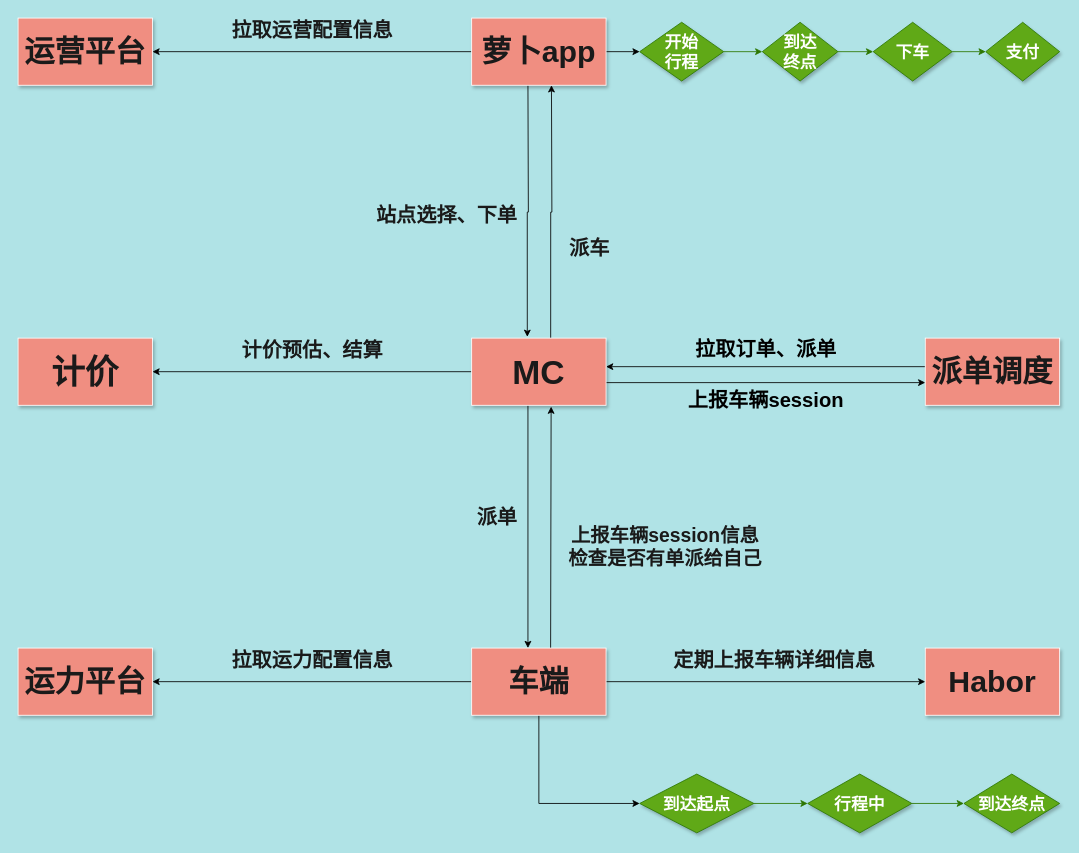
Above: page "Page-2" (2 of 2) of Apollo.drawio in Christings/wechat (draw.io), before the change. Source tidied: cells renumbered, new cells numbered last; positions are measured from the earlier drawing's top-left corner, leaving out a move shared by most shapes. Both pictures are drawn from the tidied source at 84%, with x=0, y=0 at pixel (18, 18).
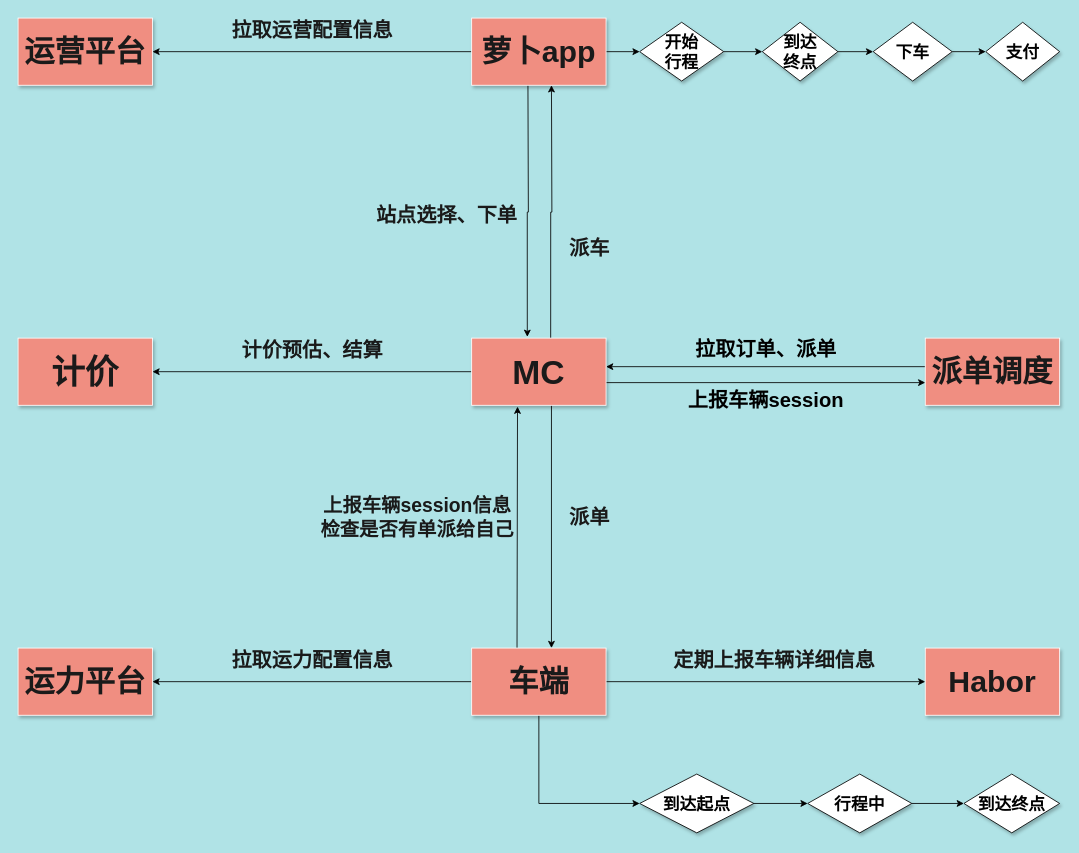
The same diagram, later.

The edit, as a diff of the source:
```diff
@@
-    <mxCell id="2" style="edgeStyle=orthogonalEdgeStyle;rounded=0;jettySize=auto;html=1;exitX=1;exitY=0.5;exitDx=0;exitDy=0;entryX=0;entryY=0.5;entryDx=0;entryDy=0;fontFamily=Helvetica;fontSize=20;fillColor=#60a917;strokeColor=#2D7600;" parent="1" edge="1" source="3" target="40">
+    <mxCell id="2" style="edgeStyle=orthogonalEdgeStyle;rounded=0;jettySize=auto;html=1;exitX=1;exitY=0.5;exitDx=0;exitDy=0;entryX=0;entryY=0.5;entryDx=0;entryDy=0;fontFamily=Helvetica;fontSize=20;" parent="1" edge="1" source="3" target="40">
       <mxGeometry relative="1" as="geometry" />
     </mxCell>
-    <mxCell id="3" value="&lt;font style=&quot;font-size: 20px;&quot;&gt;开始&lt;br style=&quot;font-size: 20px;&quot;&gt;行程&lt;/font&gt;" style="rhombus;whiteSpace=wrap;html=1;rounded=0;shadow=1;labelBackgroundColor=none;strokeWidth=1;fontFamily=Helvetica;fontSize=20;align=center;fontStyle=1;fillColor=#60a917;strokeColor=#2D7600;fontColor=#ffffff;" parent="1" vertex="1">
+    <mxCell id="3" value="&lt;font style=&quot;font-size: 20px;&quot;&gt;开始&lt;br style=&quot;font-size: 20px;&quot;&gt;行程&lt;/font&gt;" style="rhombus;whiteSpace=wrap;html=1;rounded=0;shadow=1;labelBackgroundColor=none;strokeWidth=1;fontFamily=Helvetica;fontSize=20;align=center;fontStyle=1;" parent="1" vertex="1">
       <mxGeometry x="740" y="5" width="100" height="70" as="geometry" />
     </mxCell>
-    <mxCell id="4" style="edgeStyle=orthogonalEdgeStyle;rounded=0;jettySize=auto;html=1;fontSize=20;fontStyle=1;labelBackgroundColor=#B0E3E6;strokeColor=#2D7600;fontColor=#1A1A1A;fontFamily=Helvetica;fillColor=#60a917;" parent="1" edge="1" source="5" target="10">
+    <mxCell id="4" style="edgeStyle=orthogonalEdgeStyle;rounded=0;jettySize=auto;html=1;fontSize=20;fontStyle=1;labelBackgroundColor=#B0E3E6;fontColor=#1A1A1A;fontFamily=Helvetica;" parent="1" edge="1" source="5" target="10">
       <mxGeometry relative="1" as="geometry" />
     </mxCell>
-    <mxCell id="5" value="到达起点" style="rhombus;whiteSpace=wrap;html=1;rounded=0;shadow=1;labelBackgroundColor=none;strokeWidth=1;fontFamily=Helvetica;fontSize=20;align=center;fontStyle=1;fillColor=#60a917;fontColor=#ffffff;strokeColor=#2D7600;" parent="1" vertex="1">
+    <mxCell id="5" value="到达起点" style="rhombus;whiteSpace=wrap;html=1;rounded=0;shadow=1;labelBackgroundColor=none;strokeWidth=1;fontFamily=Helvetica;fontSize=20;align=center;fontStyle=1;" parent="1" vertex="1">
       <mxGeometry x="740" y="900" width="136" height="70" as="geometry" />
     </mxCell>
@@
-    <mxCell id="9" style="edgeStyle=orthogonalEdgeStyle;rounded=0;jettySize=auto;html=1;fontSize=20;fontStyle=1;labelBackgroundColor=#B0E3E6;strokeColor=#2D7600;fontColor=#1A1A1A;fontFamily=Helvetica;fillColor=#60a917;" parent="1" edge="1" source="10" target="11">
+    <mxCell id="9" style="edgeStyle=orthogonalEdgeStyle;rounded=0;jettySize=auto;html=1;fontSize=20;fontStyle=1;labelBackgroundColor=#B0E3E6;fontColor=#1A1A1A;fontFamily=Helvetica;" parent="1" edge="1" source="10" target="11">
       <mxGeometry relative="1" as="geometry" />
     </mxCell>
-    <mxCell id="10" value="行程中" style="rhombus;whiteSpace=wrap;html=1;rounded=0;shadow=1;labelBackgroundColor=none;strokeWidth=1;fontFamily=Helvetica;fontSize=20;align=center;fontStyle=1;fillColor=#60a917;fontColor=#ffffff;strokeColor=#2D7600;" parent="1" vertex="1">
+    <mxCell id="10" value="行程中" style="rhombus;whiteSpace=wrap;html=1;rounded=0;shadow=1;labelBackgroundColor=none;strokeWidth=1;fontFamily=Helvetica;fontSize=20;align=center;fontStyle=1;" parent="1" vertex="1">
       <mxGeometry x="940" y="900" width="124" height="70" as="geometry" />
     </mxCell>
-    <mxCell id="11" value="到达终点" style="rhombus;whiteSpace=wrap;html=1;rounded=0;shadow=1;labelBackgroundColor=none;strokeWidth=1;fontFamily=Helvetica;fontSize=20;align=center;fontStyle=1;fillColor=#60a917;fontColor=#ffffff;strokeColor=#2D7600;" parent="1" vertex="1">
+    <mxCell id="11" value="到达终点" style="rhombus;whiteSpace=wrap;html=1;rounded=0;shadow=1;labelBackgroundColor=none;strokeWidth=1;fontFamily=Helvetica;fontSize=20;align=center;fontStyle=1;" parent="1" vertex="1">
       <mxGeometry x="1126" y="900" width="114" height="70" as="geometry" />
     </mxCell>
@@
     <mxCell id="14" value="派单" style="text;html=1;align=center;verticalAlign=middle;strokeColor=none;fillColor=none;fontSize=24;fontStyle=1;fontColor=#1A1A1A;fontFamily=Helvetica;" parent="1" vertex="1">
-      <mxGeometry x="540" y="580" width="60" height="30" as="geometry" />
+      <mxGeometry x="650" y="580" width="60" height="30" as="geometry" />
     </mxCell>
@@
     <mxCell id="17" style="edgeStyle=none;rounded=0;orthogonalLoop=1;jettySize=auto;html=1;exitX=0.75;exitY=0;exitDx=0;exitDy=0;entryX=0.604;entryY=1.02;entryDx=0;entryDy=0;fontFamily=Helvetica;fontSize=20;entryPerimeter=0;" parent="1" edge="1">
       <mxGeometry relative="1" as="geometry">
-        <mxPoint x="634" y="750" as="sourcePoint" />
-        <mxPoint x="634.6" y="462.6" as="targetPoint" />
+        <mxPoint x="594" y="750" as="sourcePoint" />
+        <mxPoint x="594.6" y="462.6" as="targetPoint" />
       </mxGeometry>
     </mxCell>
@@
     <mxCell id="23" style="edgeStyle=orthogonalEdgeStyle;rounded=0;orthogonalLoop=1;jettySize=auto;html=1;exitX=0.25;exitY=1;exitDx=0;exitDy=0;entryX=0.25;entryY=0;entryDx=0;entryDy=0;fontFamily=Helvetica;fontSize=20;" parent="1" edge="1">
       <mxGeometry relative="1" as="geometry">
-        <mxPoint x="607" y="461" as="sourcePoint" />
-        <mxPoint x="607" y="750" as="targetPoint" />
+        <mxPoint x="635" y="461" as="sourcePoint" />
+        <mxPoint x="635" y="750" as="targetPoint" />
       </mxGeometry>
     </mxCell>
@@
-    <mxCell id="32" value="&lt;font style=&quot;font-size: 20px;&quot;&gt;支付&lt;/font&gt;" style="rhombus;whiteSpace=wrap;html=1;rounded=0;shadow=1;labelBackgroundColor=none;strokeWidth=1;fontFamily=Helvetica;fontSize=20;align=center;fontStyle=1;fillColor=#60a917;strokeColor=#2D7600;fontColor=#ffffff;" parent="1" vertex="1">
+    <mxCell id="32" value="&lt;font style=&quot;font-size: 20px;&quot;&gt;支付&lt;/font&gt;" style="rhombus;whiteSpace=wrap;html=1;rounded=0;shadow=1;labelBackgroundColor=none;strokeWidth=1;fontFamily=Helvetica;fontSize=20;align=center;fontStyle=1;" parent="1" vertex="1">
       <mxGeometry x="1152" y="5" width="88" height="70" as="geometry" />
     </mxCell>
@@
     <mxCell id="35" value="上报车辆session信息&lt;br style=&quot;font-size: 23px&quot;&gt;检查是否有单派给自己" style="text;html=1;align=center;verticalAlign=middle;strokeColor=none;fillColor=none;fontSize=23;fontStyle=1;fontColor=#1A1A1A;fontFamily=Helvetica;" parent="1" vertex="1">
-      <mxGeometry x="645" y="600" width="250" height="60" as="geometry" />
+      <mxGeometry x="350" y="565" width="250" height="60" as="geometry" />
     </mxCell>
@@
-    <mxCell id="39" style="edgeStyle=orthogonalEdgeStyle;rounded=0;jettySize=auto;html=1;exitX=1;exitY=0.5;exitDx=0;exitDy=0;entryX=0;entryY=0.5;entryDx=0;entryDy=0;fontFamily=Helvetica;fontSize=20;fillColor=#60a917;strokeColor=#2D7600;" parent="1" edge="1" source="40" target="42">
+    <mxCell id="39" style="edgeStyle=orthogonalEdgeStyle;rounded=0;jettySize=auto;html=1;exitX=1;exitY=0.5;exitDx=0;exitDy=0;entryX=0;entryY=0.5;entryDx=0;entryDy=0;fontFamily=Helvetica;fontSize=20;" parent="1" edge="1" source="40" target="42">
       <mxGeometry relative="1" as="geometry" />
     </mxCell>
-    <mxCell id="40" value="&lt;font style=&quot;font-size: 20px;&quot;&gt;到达&lt;br style=&quot;font-size: 20px;&quot;&gt;终点&lt;/font&gt;" style="rhombus;whiteSpace=wrap;html=1;rounded=0;shadow=1;labelBackgroundColor=none;strokeWidth=1;fontFamily=Helvetica;fontSize=20;align=center;fontStyle=1;fillColor=#60a917;strokeColor=#2D7600;fontColor=#ffffff;" parent="1" vertex="1">
+    <mxCell id="40" value="&lt;font style=&quot;font-size: 20px;&quot;&gt;到达&lt;br style=&quot;font-size: 20px;&quot;&gt;终点&lt;/font&gt;" style="rhombus;whiteSpace=wrap;html=1;rounded=0;shadow=1;labelBackgroundColor=none;strokeWidth=1;fontFamily=Helvetica;fontSize=20;align=center;fontStyle=1;" parent="1" vertex="1">
       <mxGeometry x="886" y="5" width="90" height="70" as="geometry" />
     </mxCell>
-    <mxCell id="41" style="edgeStyle=orthogonalEdgeStyle;rounded=0;jettySize=auto;html=1;exitX=1;exitY=0.5;exitDx=0;exitDy=0;entryX=0;entryY=0.5;entryDx=0;entryDy=0;fontFamily=Helvetica;fontSize=20;fillColor=#60a917;strokeColor=#2D7600;" parent="1" edge="1" source="42" target="32">
+    <mxCell id="41" style="edgeStyle=orthogonalEdgeStyle;rounded=0;jettySize=auto;html=1;exitX=1;exitY=0.5;exitDx=0;exitDy=0;entryX=0;entryY=0.5;entryDx=0;entryDy=0;fontFamily=Helvetica;fontSize=20;" parent="1" edge="1" source="42" target="32">
       <mxGeometry relative="1" as="geometry" />
     </mxCell>
-    <mxCell id="42" value="&lt;font style=&quot;font-size: 20px;&quot;&gt;下车&lt;/font&gt;" style="rhombus;whiteSpace=wrap;html=1;rounded=0;shadow=1;labelBackgroundColor=none;strokeWidth=1;fontFamily=Helvetica;fontSize=20;align=center;fontStyle=1;fillColor=#60a917;strokeColor=#2D7600;fontColor=#ffffff;" parent="1" vertex="1">
+    <mxCell id="42" value="&lt;font style=&quot;font-size: 20px;&quot;&gt;下车&lt;/font&gt;" style="rhombus;whiteSpace=wrap;html=1;rounded=0;shadow=1;labelBackgroundColor=none;strokeWidth=1;fontFamily=Helvetica;fontSize=20;align=center;fontStyle=1;" parent="1" vertex="1">
       <mxGeometry x="1018" y="5" width="94" height="70" as="geometry" />
     </mxCell>
```
